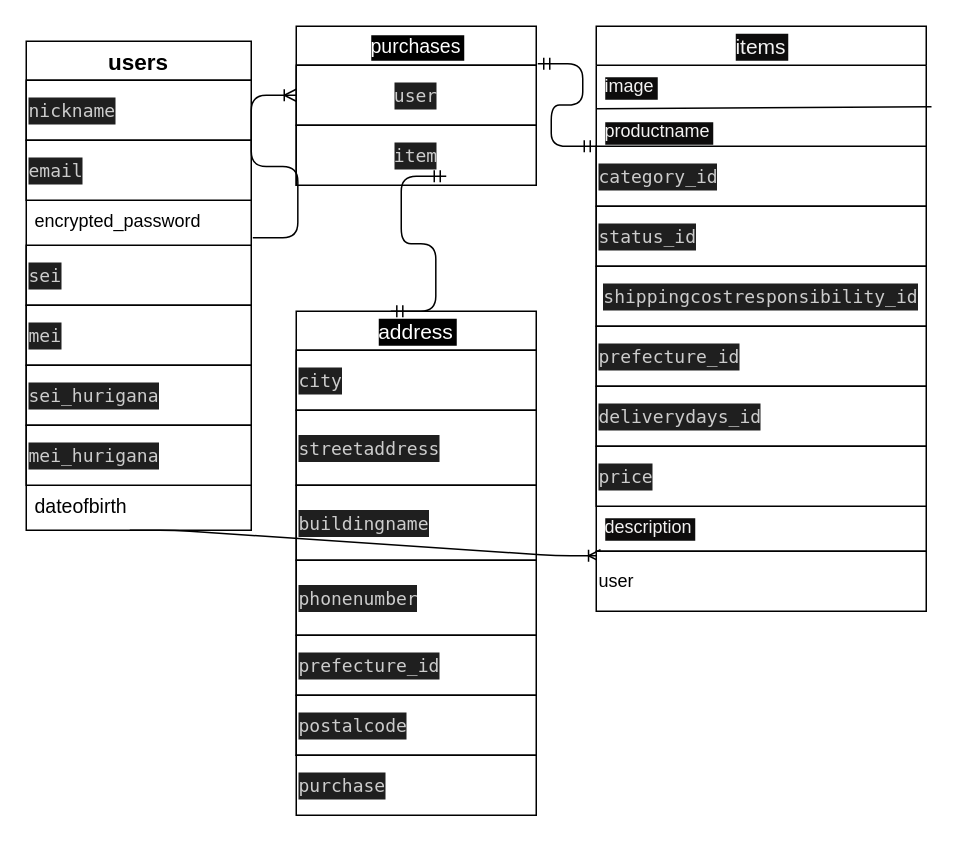
ksffiafjei/furima-39385 keeps this draw.io diagram as test.dio. Above is the earlier version. Source tidied: cells renumbered, new cells numbered last; positions are measured from the earlier drawing's top-left corner, leaving out a move shared by most shapes. Both pictures are drawn from the tidied source at 150%, with x=0, y=0 at pixel (26, 26).
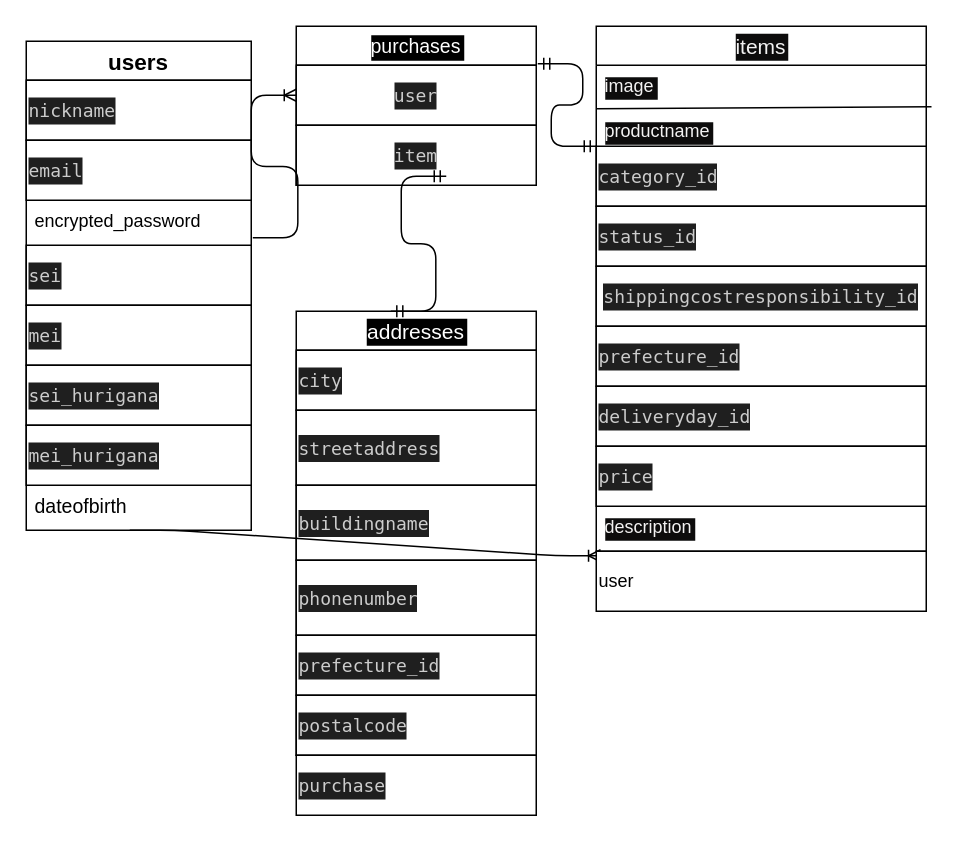
After the change.

Unchanged cells that the change refers to:
```xml
<mxCell id="12" value="items" style="swimlane;fontStyle=0;horizontal=1;startSize=26;align=center;fontSize=14;labelBackgroundColor=#0d0c0c;fontColor=#f3f2f2;" parent="1" vertex="1">
  <mxGeometry x="380" width="220" height="350" as="geometry" />
</mxCell>
```

Change to the diagram source:
```diff
@@
-    <mxCell id="22" value="&lt;div style=&quot;color: rgb(204, 204, 204); background-color: rgb(31, 31, 31); font-family: Menlo, Monaco, &amp;quot;Courier New&amp;quot;, monospace; line-height: 18px;&quot;&gt;deliverydays_id&lt;/div&gt;" style="whiteSpace=wrap;html=1;align=left;labelBackgroundColor=#0D0C0C;fontSize=12;fontColor=#F3F2F2;" parent="12" vertex="1">
+    <mxCell id="22" value="&lt;div style=&quot;color: rgb(204, 204, 204); background-color: rgb(31, 31, 31); font-family: Menlo, Monaco, &amp;quot;Courier New&amp;quot;, monospace; line-height: 18px;&quot;&gt;deliveryday_id&lt;/div&gt;" style="whiteSpace=wrap;html=1;align=left;labelBackgroundColor=#0D0C0C;fontSize=12;fontColor=#F3F2F2;" parent="12" vertex="1">
       <mxGeometry y="240" width="220" height="40" as="geometry" />
     </mxCell>
@@
-    <mxCell id="31" value="address" style="swimlane;fontStyle=0;horizontal=1;startSize=26;align=center;fontSize=14;labelBackgroundColor=#000000;fontColor=#FFFFFF;" parent="1" vertex="1">
+    <mxCell id="31" value="addresses" style="swimlane;fontStyle=0;horizontal=1;startSize=26;align=center;fontSize=14;labelBackgroundColor=#000000;fontColor=#FFFFFF;" parent="1" vertex="1">
       <mxGeometry x="180" y="190" width="160" height="296" as="geometry" />
     </mxCell>
```
